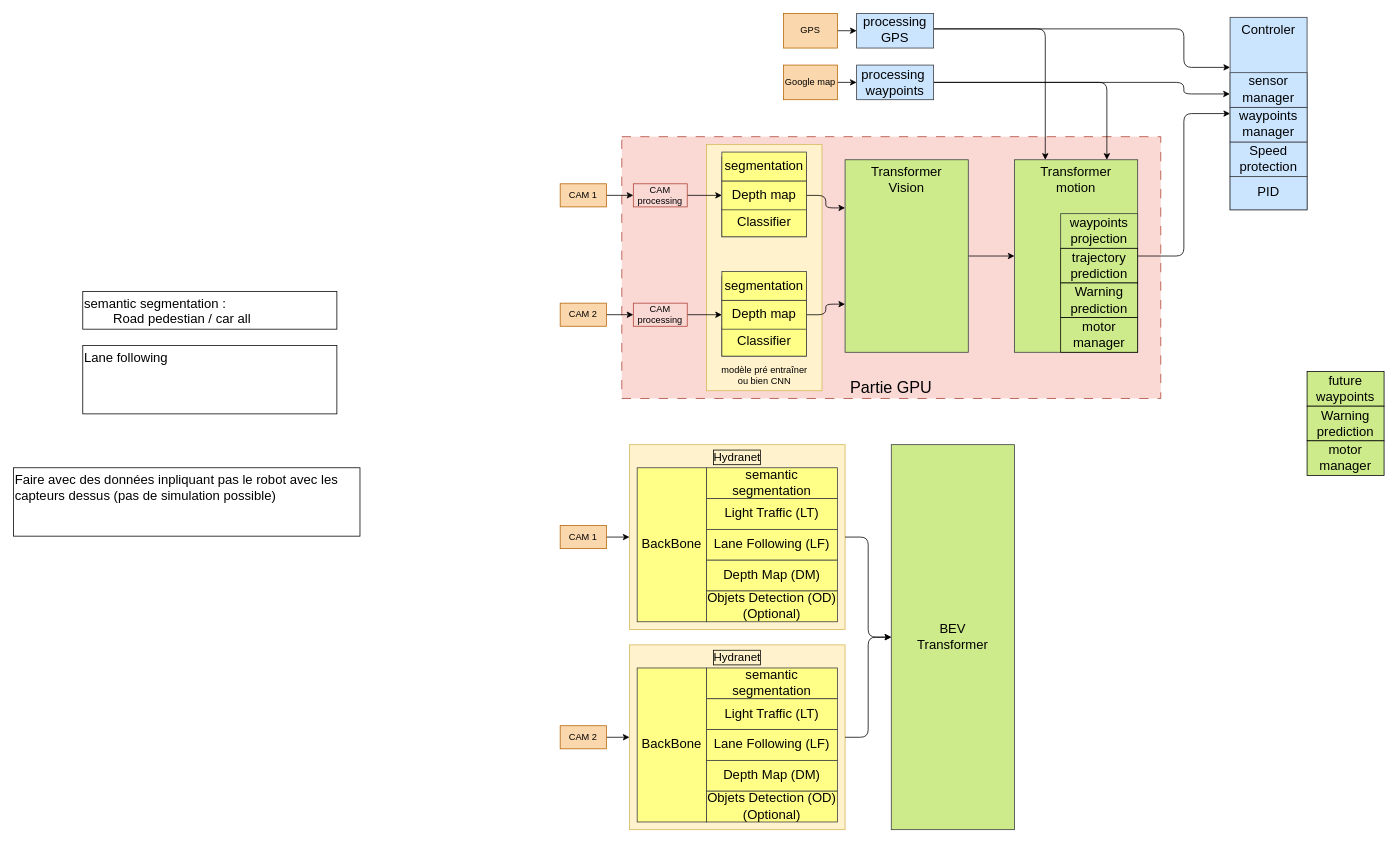
The draw.io diagram page "Test_Model" (3 of 4) of Ai Model Architecture/Algo.drawio in Floriangit12/Autonomous-Robot, before the edit. Source tidied: cells renumbered, new cells numbered last; positions are measured from the earlier drawing's top-left corner, leaving out a move shared by most shapes. Both pictures are drawn from the tidied source at 77%, with x=0, y=0 at pixel (13, 13).
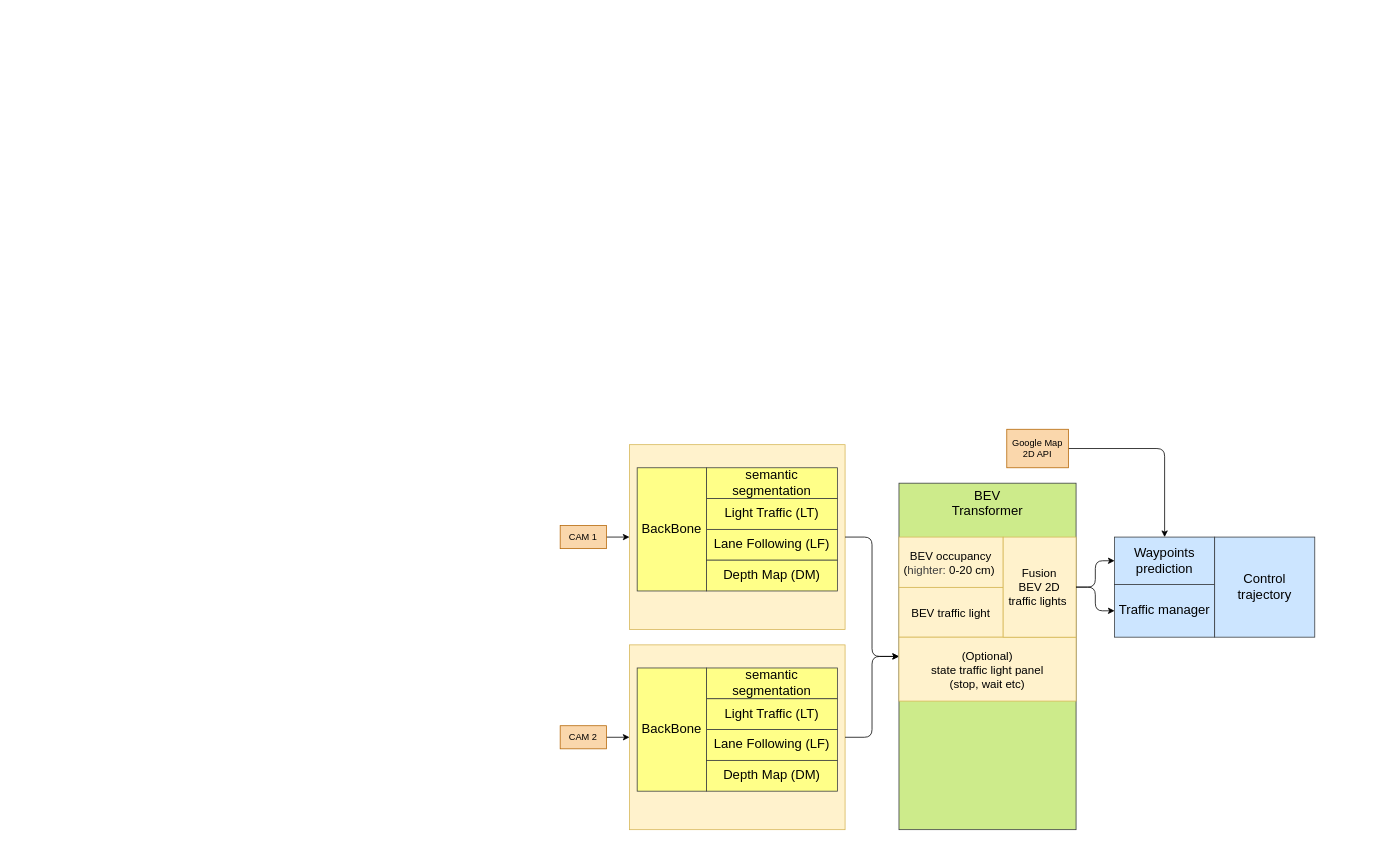
After the change.

The change refers to these unchanged cells:
```xml
<mxCell id="53" style="group;" parent="1" vertex="1">
  <mxGeometry x="800" y="560" width="280" height="240" as="geometry" />
</mxCell>
<mxCell id="65" style="group;" parent="1" vertex="1">
  <mxGeometry x="800" y="820" width="280" height="240" as="geometry" />
</mxCell>
```

Change to the diagram source:
```diff
@@
-    <mxCell id="2" value="&lt;font style=&quot;font-size: 21px;&quot;&gt;Partie GPU&lt;/font&gt;" style="rounded=0;whiteSpace=wrap;html=1;dashed=1;dashPattern=12 12;fontFamily=Helvetica;fontSize=12;fillColor=#fad9d5;strokeColor=#ae4132;verticalAlign=bottom;" parent="1" vertex="1">
-      <mxGeometry x="790" y="160" width="700" height="340" as="geometry" />
-    </mxCell>
-    <mxCell id="3" style="rounded=0;whiteSpace=wrap;html=1;fillColor=#fff2cc;strokeColor=#d6b656;" parent="1" vertex="1">
-      <mxGeometry x="900" y="170" width="150" height="320" as="geometry" />
-    </mxCell>
-    <mxCell id="4" style="rounded=0;whiteSpace=wrap;html=1;strokeColor=#36393d;fontFamily=Helvetica;fontSize=17;fillColor=#ffff88;fillStyle=auto;" parent="1" vertex="1">
-      <mxGeometry x="920" y="341.2" width="110" height="103.8" as="geometry" />
-    </mxCell>
-    <mxCell id="5" style="edgeStyle=none;html=1;entryX=0;entryY=0.5;entryDx=0;entryDy=0;" parent="1" edge="1" source="6" target="12">
-      <mxGeometry relative="1" as="geometry" />
-    </mxCell>
-    <mxCell id="6" value="CAM 1" style="rounded=0;whiteSpace=wrap;html=1;fillColor=#fad7ac;strokeColor=#b46504;" parent="1" vertex="1">
-      <mxGeometry x="710" y="221.2" width="60" height="30" as="geometry" />
-    </mxCell>
-    <mxCell id="7" style="edgeStyle=none;html=1;entryX=0;entryY=0.5;entryDx=0;entryDy=0;" parent="1" edge="1" source="8" target="10">
-      <mxGeometry relative="1" as="geometry" />
-    </mxCell>
-    <mxCell id="8" value="CAM 2" style="rounded=0;whiteSpace=wrap;html=1;fillColor=#fad7ac;strokeColor=#b46504;" parent="1" vertex="1">
-      <mxGeometry x="710" y="376.2" width="60" height="30" as="geometry" />
-    </mxCell>
-    <mxCell id="9" style="edgeStyle=none;html=1;fontFamily=Helvetica;fontSize=12;fontColor=rgb(0, 0, 0);exitX=1;exitY=0.5;exitDx=0;exitDy=0;entryX=0;entryY=0.5;entryDx=0;entryDy=0;" parent="1" edge="1" source="10" target="20">
-      <mxGeometry relative="1" as="geometry" />
-    </mxCell>
-    <mxCell id="10" value="CAM processing" style="rounded=0;whiteSpace=wrap;html=1;fillColor=#fad9d5;strokeColor=#ae4132;" parent="1" vertex="1">
-      <mxGeometry x="805" y="376.2" width="70" height="30" as="geometry" />
-    </mxCell>
-    <mxCell id="11" style="edgeStyle=none;html=1;entryX=0;entryY=0.5;entryDx=0;entryDy=0;fontFamily=Helvetica;fontSize=12;fontColor=rgb(0, 0, 0);exitX=1;exitY=0.5;exitDx=0;exitDy=0;" parent="1" edge="1" source="12" target="25">
-      <mxGeometry relative="1" as="geometry" />
-    </mxCell>
-    <mxCell id="12" value="CAM processing" style="rounded=0;whiteSpace=wrap;html=1;fillColor=#fad9d5;strokeColor=#ae4132;" parent="1" vertex="1">
-      <mxGeometry x="805" y="221.2" width="70" height="30" as="geometry" />
-    </mxCell>
-    <mxCell id="13" style="edgeStyle=orthogonalEdgeStyle;html=1;entryX=0;entryY=0.5;entryDx=0;entryDy=0;" parent="1" edge="1" source="14" target="42">
-      <mxGeometry relative="1" as="geometry" />
-    </mxCell>
-    <mxCell id="14" value="&lt;font style=&quot;font-size: 17px;&quot;&gt;Transformer&lt;br&gt;Vision&lt;br&gt;&lt;/font&gt;" style="rounded=0;whiteSpace=wrap;html=1;fillColor=#cdeb8b;strokeColor=#36393d;verticalAlign=top;" parent="1" vertex="1">
-      <mxGeometry x="1080" y="190" width="160" height="250" as="geometry" />
-    </mxCell>
-    <mxCell id="15" value="&lt;font style=&quot;font-size: 17px;&quot;&gt;Controler&lt;/font&gt;" style="rounded=0;whiteSpace=wrap;html=1;fillColor=#cce5ff;strokeColor=#36393d;verticalAlign=top;" parent="1" vertex="1">
-      <mxGeometry x="1580" y="5" width="100" height="250" as="geometry" />
-    </mxCell>
-    <mxCell id="16" value="&lt;font style=&quot;font-size: 17px;&quot;&gt;PID&lt;/font&gt;" style="rounded=0;whiteSpace=wrap;html=1;fillColor=#cce5ff;strokeColor=#36393d;" parent="1" vertex="1">
-      <mxGeometry x="1580" y="211.9" width="100" height="43.1" as="geometry" />
-    </mxCell>
-    <mxCell id="17" value="&lt;font style=&quot;font-size: 17px;&quot;&gt;Speed protection&lt;/font&gt;" style="rounded=0;whiteSpace=wrap;html=1;fillColor=#cce5ff;strokeColor=#36393d;" parent="1" vertex="1">
-      <mxGeometry x="1580" y="166.9" width="100" height="45" as="geometry" />
-    </mxCell>
-    <mxCell id="18" value="Classifier" style="rounded=0;whiteSpace=wrap;html=1;strokeColor=#36393d;fontFamily=Helvetica;fontSize=17;fillColor=#ffff88;fillStyle=auto;" parent="1" vertex="1">
-      <mxGeometry x="920" y="407.5" width="110" height="37.5" as="geometry" />
-    </mxCell>
-    <mxCell id="19" style="edgeStyle=orthogonalEdgeStyle;html=1;exitX=1;exitY=0.5;exitDx=0;exitDy=0;entryX=0;entryY=0.75;entryDx=0;entryDy=0;" parent="1" edge="1" source="20" target="14">
-      <mxGeometry relative="1" as="geometry" />
-    </mxCell>
-    <mxCell id="20" value="Depth map" style="rounded=0;whiteSpace=wrap;html=1;strokeColor=#36393d;fontFamily=Helvetica;fontSize=17;fillColor=#ffff88;fillStyle=auto;" parent="1" vertex="1">
-      <mxGeometry x="920" y="372.5" width="110" height="37.5" as="geometry" />
-    </mxCell>
-    <mxCell id="21" value="segmentation" style="rounded=0;whiteSpace=wrap;html=1;strokeColor=#36393d;fontFamily=Helvetica;fontSize=17;fillColor=#ffff88;fillStyle=auto;" parent="1" vertex="1">
-      <mxGeometry x="920" y="335" width="110" height="37.5" as="geometry" />
-    </mxCell>
-    <mxCell id="22" style="rounded=0;whiteSpace=wrap;html=1;strokeColor=#36393d;fontFamily=Helvetica;fontSize=17;fillColor=#ffff88;fillStyle=auto;" parent="1" vertex="1">
-      <mxGeometry x="920" y="186.2" width="110" height="103.8" as="geometry" />
-    </mxCell>
-    <mxCell id="23" value="Classifier" style="rounded=0;whiteSpace=wrap;html=1;strokeColor=#36393d;fontFamily=Helvetica;fontSize=17;fillColor=#ffff88;fillStyle=auto;" parent="1" vertex="1">
-      <mxGeometry x="920" y="252.5" width="110" height="37.5" as="geometry" />
-    </mxCell>
-    <mxCell id="24" style="edgeStyle=orthogonalEdgeStyle;html=1;exitX=1;exitY=0.5;exitDx=0;exitDy=0;entryX=0;entryY=0.25;entryDx=0;entryDy=0;" parent="1" edge="1" source="25" target="14">
-      <mxGeometry relative="1" as="geometry" />
-    </mxCell>
-    <mxCell id="25" value="Depth map" style="rounded=0;whiteSpace=wrap;html=1;strokeColor=#36393d;fontFamily=Helvetica;fontSize=17;fillColor=#ffff88;fillStyle=auto;" parent="1" vertex="1">
-      <mxGeometry x="920" y="217.5" width="110" height="37.5" as="geometry" />
-    </mxCell>
-    <mxCell id="26" value="segmentation" style="rounded=0;whiteSpace=wrap;html=1;strokeColor=#36393d;fontFamily=Helvetica;fontSize=17;fillColor=#ffff88;fillStyle=auto;" parent="1" vertex="1">
-      <mxGeometry x="920" y="180" width="110" height="37.5" as="geometry" />
-    </mxCell>
-    <mxCell id="27" style="edgeStyle=orthogonalEdgeStyle;html=1;entryX=0;entryY=0.5;entryDx=0;entryDy=0;" parent="1" edge="1" source="42" target="15">
-      <mxGeometry relative="1" as="geometry" />
-    </mxCell>
-    <mxCell id="28" style="edgeStyle=orthogonalEdgeStyle;html=1;" parent="1" edge="1" source="29" target="32">
-      <mxGeometry relative="1" as="geometry" />
-    </mxCell>
-    <mxCell id="29" value="GPS" style="rounded=0;whiteSpace=wrap;html=1;fillColor=#fad7ac;strokeColor=#b46504;" parent="1" vertex="1">
-      <mxGeometry x="1000" y="-0.1" width="70" height="45" as="geometry" />
-    </mxCell>
-    <mxCell id="30" style="edgeStyle=orthogonalEdgeStyle;html=1;" parent="1" edge="1" source="32">
-      <mxGeometry relative="1" as="geometry">
-        <mxPoint x="1580" y="70" as="targetPoint" />
-        <Array as="points">
-          <mxPoint x="1520" y="20" />
-          <mxPoint x="1520" y="70" />
-        </Array>
-      </mxGeometry>
-    </mxCell>
-    <mxCell id="31" style="edgeStyle=orthogonalEdgeStyle;html=1;entryX=0.25;entryY=0;entryDx=0;entryDy=0;" parent="1" edge="1" source="32" target="42">
-      <mxGeometry relative="1" as="geometry">
-        <Array as="points">
-          <mxPoint x="1340" y="20" />
-        </Array>
-      </mxGeometry>
-    </mxCell>
-    <mxCell id="32" value="&lt;font style=&quot;font-size: 17px;&quot;&gt;processing GPS&lt;/font&gt;" style="rounded=0;whiteSpace=wrap;html=1;fillColor=#cce5ff;strokeColor=#36393d;" parent="1" vertex="1">
-      <mxGeometry x="1095" y="-0.1" width="100" height="45" as="geometry" />
-    </mxCell>
-    <mxCell id="33" style="edgeStyle=orthogonalEdgeStyle;html=1;" parent="1" edge="1" source="34" target="37">
-      <mxGeometry relative="1" as="geometry" />
-    </mxCell>
-    <mxCell id="34" value="Google map" style="rounded=0;whiteSpace=wrap;html=1;fillColor=#fad7ac;strokeColor=#b46504;" parent="1" vertex="1">
-      <mxGeometry x="1000" y="67" width="70" height="45" as="geometry" />
-    </mxCell>
-    <mxCell id="35" style="edgeStyle=orthogonalEdgeStyle;html=1;exitX=1;exitY=0.5;exitDx=0;exitDy=0;entryX=-0.003;entryY=0.398;entryDx=0;entryDy=0;entryPerimeter=0;" parent="1" edge="1" source="37" target="15">
-      <mxGeometry relative="1" as="geometry">
-        <Array as="points">
-          <mxPoint x="1195" y="90" />
-          <mxPoint x="1520" y="90" />
-          <mxPoint x="1520" y="104" />
-        </Array>
-      </mxGeometry>
-    </mxCell>
-    <mxCell id="36" style="edgeStyle=orthogonalEdgeStyle;html=1;exitX=1;exitY=0.5;exitDx=0;exitDy=0;entryX=0.75;entryY=0;entryDx=0;entryDy=0;" parent="1" edge="1" source="37" target="42">
-      <mxGeometry relative="1" as="geometry">
-        <Array as="points">
-          <mxPoint x="1420" y="89" />
-        </Array>
-      </mxGeometry>
-    </mxCell>
-    <mxCell id="37" value="&lt;span style=&quot;font-size: 17px;&quot;&gt;processing&amp;nbsp;&lt;br&gt;waypoints&lt;br&gt;&lt;/span&gt;" style="rounded=0;whiteSpace=wrap;html=1;fillColor=#cce5ff;strokeColor=#36393d;" parent="1" vertex="1">
-      <mxGeometry x="1095" y="67" width="100" height="45" as="geometry" />
-    </mxCell>
-    <mxCell id="38" value="&lt;font style=&quot;font-size: 17px;&quot;&gt;waypoints manager&lt;/font&gt;" style="rounded=0;whiteSpace=wrap;html=1;fillColor=#cce5ff;strokeColor=#36393d;" parent="1" vertex="1">
-      <mxGeometry x="1580" y="121.9" width="100" height="45" as="geometry" />
-    </mxCell>
-    <mxCell id="39" value="&lt;font style=&quot;font-size: 17px;&quot;&gt;sensor manager&lt;/font&gt;" style="rounded=0;whiteSpace=wrap;html=1;fillColor=#cce5ff;strokeColor=#36393d;" parent="1" vertex="1">
-      <mxGeometry x="1580" y="76.9" width="100" height="45" as="geometry" />
-    </mxCell>
-    <mxCell id="40" value="modèle pré entraîner &lt;br&gt;ou bien CNN" style="text;html=1;align=center;verticalAlign=middle;strokeColor=none;fillColor=none;" parent="1" vertex="1">
-      <mxGeometry x="910" y="450" width="130" height="40" as="geometry" />
-    </mxCell>
-    <mxCell id="41" style="group;" parent="1" vertex="1">
-      <mxGeometry x="1300" y="190" width="160" height="250" as="geometry" />
-    </mxCell>
-    <mxCell id="42" value="&lt;font style=&quot;font-size: 17px;&quot;&gt;Transformer&lt;br&gt;motion&lt;br&gt;&lt;/font&gt;" style="rounded=0;whiteSpace=wrap;html=1;fillColor=#CDEB8B;strokeColor=#36393d;verticalAlign=top;" parent="41" vertex="1">
-      <mxGeometry width="160" height="250" as="geometry" />
-    </mxCell>
-    <mxCell id="43" value="&lt;font style=&quot;font-size: 17px;&quot;&gt;waypoints&lt;br&gt;projection&lt;br&gt;&lt;/font&gt;" style="rounded=0;whiteSpace=wrap;html=1;fillColor=#CDEB8B;strokeColor=#36393d;" parent="41" vertex="1">
-      <mxGeometry x="60" y="70" width="100" height="45" as="geometry" />
-    </mxCell>
-    <mxCell id="44" value="&lt;font style=&quot;font-size: 17px;&quot;&gt;trajectory prediction&lt;/font&gt;" style="rounded=0;whiteSpace=wrap;html=1;fillColor=#CDEB8B;strokeColor=#000000;" parent="41" vertex="1">
-      <mxGeometry x="60" y="115" width="100" height="45" as="geometry" />
-    </mxCell>
-    <mxCell id="45" value="&lt;font style=&quot;font-size: 17px;&quot;&gt;Warning prediction&lt;/font&gt;" style="rounded=0;whiteSpace=wrap;html=1;fillColor=#CDEB8B;strokeColor=#000000;" parent="41" vertex="1">
-      <mxGeometry x="60" y="160" width="100" height="45" as="geometry" />
-    </mxCell>
-    <mxCell id="46" value="&lt;span style=&quot;font-size: 17px;&quot;&gt;motor manager&lt;/span&gt;" style="rounded=0;whiteSpace=wrap;html=1;fillColor=#CDEB8B;strokeColor=#000000;" parent="41" vertex="1">
-      <mxGeometry x="60" y="205" width="100" height="45" as="geometry" />
-    </mxCell>
-    <mxCell id="47" value="&lt;font style=&quot;font-size: 17px;&quot;&gt;future waypoints&lt;/font&gt;" style="rounded=0;whiteSpace=wrap;html=1;fillColor=#CDEB8B;strokeColor=#000000;" parent="1" vertex="1">
-      <mxGeometry x="1680" y="465" width="100" height="45" as="geometry" />
-    </mxCell>
-    <mxCell id="48" value="&lt;font style=&quot;font-size: 17px;&quot;&gt;Warning prediction&lt;/font&gt;" style="rounded=0;whiteSpace=wrap;html=1;fillColor=#CDEB8B;strokeColor=#000000;" parent="1" vertex="1">
-      <mxGeometry x="1680" y="510" width="100" height="45" as="geometry" />
-    </mxCell>
-    <mxCell id="49" value="&lt;span style=&quot;font-size: 17px;&quot;&gt;motor manager&lt;/span&gt;" style="rounded=0;whiteSpace=wrap;html=1;fillColor=#CDEB8B;strokeColor=#000000;" parent="1" vertex="1">
-      <mxGeometry x="1680" y="555" width="100" height="45" as="geometry" />
-    </mxCell>
-    <mxCell id="50" value="&lt;span style=&quot;font-size: 17px;&quot;&gt;semantic segmentation :&lt;br&gt;&lt;span style=&quot;white-space: pre;&quot;&gt;&#9;&lt;/span&gt;Road pedestian / car all&amp;nbsp;&lt;br&gt;&lt;br&gt;&amp;nbsp;&lt;br&gt;&lt;/span&gt;" style="rounded=0;whiteSpace=wrap;html=1;align=left;verticalAlign=top;" parent="1" vertex="1">
-      <mxGeometry x="90" y="361.2" width="330" height="48.8" as="geometry" />
-    </mxCell>
-    <mxCell id="51" value="&lt;span style=&quot;font-size: 17px;&quot;&gt;Lane following&amp;nbsp;&amp;nbsp;&lt;/span&gt;&lt;br style=&quot;border-color: var(--border-color); font-size: 17px;&quot;&gt;&lt;span style=&quot;font-size: 17px;&quot;&gt;&amp;nbsp;&lt;/span&gt;" style="rounded=0;whiteSpace=wrap;html=1;align=left;verticalAlign=top;" parent="1" vertex="1">
-      <mxGeometry x="90" y="431.2" width="330" height="88.8" as="geometry" />
-    </mxCell>
-    <mxCell id="52" value="&lt;span style=&quot;font-size: 17px;&quot;&gt;Faire avec des données inpliquant pas le robot avec les capteurs dessus (pas de simulation possible)&lt;/span&gt;" style="rounded=0;whiteSpace=wrap;html=1;align=left;verticalAlign=top;" parent="1" vertex="1">
-      <mxGeometry y="590" width="450" height="88.8" as="geometry" />
-    </mxCell>
@@
-    <mxCell id="54" value="&lt;span style=&quot;font-size: 15px;&quot;&gt;Hydranet&lt;/span&gt;" style="rounded=0;whiteSpace=wrap;html=1;fillColor=#fff2cc;strokeColor=#d6b656;verticalAlign=top;labelPosition=center;verticalLabelPosition=middle;align=center;labelBackgroundColor=none;labelBorderColor=default;" parent="53" vertex="1">
+    <mxCell id="54" style="rounded=0;whiteSpace=wrap;html=1;fillColor=#fff2cc;strokeColor=#d6b656;verticalAlign=top;labelPosition=center;verticalLabelPosition=middle;align=center;labelBackgroundColor=none;labelBorderColor=default;" parent="53" vertex="1">
       <mxGeometry width="280" height="240" as="geometry" />
     </mxCell>
@@
     <mxCell id="58" value="BackBone" style="rounded=0;whiteSpace=wrap;html=1;strokeColor=#36393d;fontFamily=Helvetica;fontSize=17;fillColor=#ffff88;fillStyle=auto;" parent="53" vertex="1">
-      <mxGeometry x="10" y="30" width="90" height="200" as="geometry" />
+      <mxGeometry x="10" y="30" width="90" height="160" as="geometry" />
     </mxCell>
@@
-    <mxCell id="60" value="Objets Detection (OD)&lt;br&gt;(Optional)" style="rounded=0;whiteSpace=wrap;html=1;strokeColor=#36393d;fontFamily=Helvetica;fontSize=17;fillColor=#ffff88;fillStyle=auto;" parent="53" vertex="1">
-      <mxGeometry x="100" y="190" width="170" height="40" as="geometry" />
-    </mxCell>
@@
-    <mxCell id="66" value="&lt;span style=&quot;font-size: 15px;&quot;&gt;Hydranet&lt;/span&gt;" style="rounded=0;whiteSpace=wrap;html=1;fillColor=#fff2cc;strokeColor=#d6b656;verticalAlign=top;labelPosition=center;verticalLabelPosition=middle;align=center;labelBackgroundColor=none;labelBorderColor=default;" parent="65" vertex="1">
+    <mxCell id="66" style="rounded=0;whiteSpace=wrap;html=1;fillColor=#fff2cc;strokeColor=#d6b656;verticalAlign=top;labelPosition=center;verticalLabelPosition=middle;align=center;labelBackgroundColor=none;labelBorderColor=default;" parent="65" vertex="1">
       <mxGeometry width="280" height="240" as="geometry" />
     </mxCell>
@@
     <mxCell id="70" value="BackBone" style="rounded=0;whiteSpace=wrap;html=1;strokeColor=#36393d;fontFamily=Helvetica;fontSize=17;fillColor=#ffff88;fillStyle=auto;" parent="65" vertex="1">
-      <mxGeometry x="10" y="30" width="90" height="200" as="geometry" />
+      <mxGeometry x="10" y="30" width="90" height="160" as="geometry" />
     </mxCell>
@@
-    <mxCell id="72" value="Objets Detection (OD)&lt;br&gt;(Optional)" style="rounded=0;whiteSpace=wrap;html=1;strokeColor=#36393d;fontFamily=Helvetica;fontSize=17;fillColor=#ffff88;fillStyle=auto;" parent="65" vertex="1">
-      <mxGeometry x="100" y="190" width="170" height="40" as="geometry" />
-    </mxCell>
-    <mxCell id="73" value="&lt;font style=&quot;font-size: 17px;&quot;&gt;BEV&lt;/font&gt;&lt;div&gt;&lt;font style=&quot;font-size: 17px;&quot;&gt;Transformer&lt;/font&gt;&lt;/div&gt;" style="rounded=0;whiteSpace=wrap;html=1;fillColor=#cdeb8b;strokeColor=#36393d;verticalAlign=middle;" parent="1" vertex="1">
-      <mxGeometry x="1140" y="560" width="160" height="500" as="geometry" />
-    </mxCell>
@@
+    <mxCell id="76" style="group;" parent="1" vertex="1">
+      <mxGeometry x="1150" y="610" width="270.6" height="450" as="geometry" />
+    </mxCell>
+    <mxCell id="73" value="&lt;font style=&quot;font-size: 17px;&quot;&gt;BEV&lt;/font&gt;&lt;div&gt;&lt;font style=&quot;font-size: 17px;&quot;&gt;Transformer&lt;/font&gt;&lt;/div&gt;" style="rounded=0;whiteSpace=wrap;html=1;fillColor=#cdeb8b;strokeColor=#36393d;verticalAlign=top;align=center;horizontal=1;labelPosition=center;verticalLabelPosition=middle;" parent="76" vertex="1">
+      <mxGeometry width="230" height="450" as="geometry" />
+    </mxCell>
+    <mxCell id="77" value="&lt;span style=&quot;font-size: 15px;&quot;&gt;BEV occupancy&lt;/span&gt;&lt;div&gt;&lt;span style=&quot;font-size: 15px;&quot;&gt;(&lt;/span&gt;&lt;span style=&quot;color: rgb(63, 63, 63); font-size: 15px; background-color: transparent;&quot;&gt;highter:&amp;nbsp;&lt;/span&gt;&lt;span style=&quot;font-size: 15px; background-color: transparent;&quot;&gt;0-20 cm)&amp;nbsp;&lt;/span&gt;&lt;/div&gt;" style="rounded=0;whiteSpace=wrap;html=1;fillColor=#fff2cc;strokeColor=#d6b656;verticalAlign=middle;labelPosition=center;verticalLabelPosition=middle;align=center;labelBackgroundColor=none;labelBorderColor=none;" parent="76" vertex="1">
+      <mxGeometry y="70" width="135.3" height="65.3" as="geometry" />
+    </mxCell>
+    <mxCell id="78" value="&lt;span style=&quot;font-size: 15px;&quot;&gt;BEV traffic light&lt;br&gt;&lt;/span&gt;" style="rounded=0;whiteSpace=wrap;html=1;fillColor=#fff2cc;strokeColor=#d6b656;verticalAlign=middle;labelPosition=center;verticalLabelPosition=middle;align=center;labelBackgroundColor=none;labelBorderColor=none;" parent="76" vertex="1">
+      <mxGeometry y="135.3" width="135.3" height="64.7" as="geometry" />
+    </mxCell>
+    <mxCell id="79" value="&lt;div&gt;&lt;span style=&quot;font-size: 15px;&quot;&gt;(Optional)&lt;/span&gt;&lt;/div&gt;&lt;span style=&quot;font-size: 15px;&quot;&gt;state traffic light panel&lt;br&gt;(stop, wait etc)&lt;/span&gt;" style="rounded=0;whiteSpace=wrap;html=1;fillColor=#fff2cc;strokeColor=#d6b656;verticalAlign=middle;labelPosition=center;verticalLabelPosition=middle;align=center;labelBackgroundColor=none;labelBorderColor=none;" parent="76" vertex="1">
+      <mxGeometry y="200" width="230" height="83" as="geometry" />
+    </mxCell>
+    <mxCell id="80" value="&lt;div&gt;&lt;span style=&quot;font-size: 15px; background-color: transparent;&quot;&gt;Fusion&lt;br&gt;BEV 2D&lt;br&gt;traffic lights&amp;nbsp;&lt;/span&gt;&lt;/div&gt;" style="rounded=0;whiteSpace=wrap;html=1;fillColor=#fff2cc;strokeColor=#d6b656;verticalAlign=middle;labelPosition=center;verticalLabelPosition=middle;align=center;labelBackgroundColor=none;labelBorderColor=none;" parent="76" vertex="1">
+      <mxGeometry x="135.3" y="70" width="94.7" height="130" as="geometry" />
+    </mxCell>
+    <mxCell id="81" value="&lt;span style=&quot;font-size: 17px;&quot;&gt;Waypoints&lt;/span&gt;&lt;div&gt;&lt;span style=&quot;font-size: 17px;&quot;&gt;prediction&lt;/span&gt;&lt;/div&gt;" style="rounded=0;whiteSpace=wrap;html=1;fillColor=#cce5ff;strokeColor=#36393d;verticalAlign=middle;" parent="1" vertex="1">
+      <mxGeometry x="1430" y="680" width="130" height="61.5" as="geometry" />
+    </mxCell>
+    <mxCell id="82" style="edgeStyle=orthogonalEdgeStyle;html=1;entryX=0;entryY=0.5;entryDx=0;entryDy=0;strokeColor=none;" parent="1" edge="1" source="77" target="81">
+      <mxGeometry relative="1" as="geometry" />
+    </mxCell>
+    <mxCell id="83" value="&lt;span style=&quot;font-size: 17px;&quot;&gt;Traffic manager&lt;/span&gt;" style="rounded=0;whiteSpace=wrap;html=1;fillColor=#cce5ff;strokeColor=#36393d;verticalAlign=middle;" parent="1" vertex="1">
+      <mxGeometry x="1430" y="741.5" width="130" height="68.5" as="geometry" />
+    </mxCell>
+    <mxCell id="84" value="&lt;span style=&quot;font-size: 17px;&quot;&gt;Control trajectory&lt;/span&gt;" style="rounded=0;whiteSpace=wrap;html=1;fillColor=#cce5ff;strokeColor=#36393d;verticalAlign=middle;" parent="1" vertex="1">
+      <mxGeometry x="1560" y="680" width="130" height="130" as="geometry" />
+    </mxCell>
+    <mxCell id="85" style="edgeStyle=orthogonalEdgeStyle;html=1;exitX=1;exitY=0.5;exitDx=0;exitDy=0;entryX=0;entryY=0.5;entryDx=0;entryDy=0;" parent="1" edge="1" source="80" target="81">
+      <mxGeometry relative="1" as="geometry" />
+    </mxCell>
+    <mxCell id="86" style="edgeStyle=orthogonalEdgeStyle;html=1;exitX=1;exitY=0.5;exitDx=0;exitDy=0;entryX=0;entryY=0.5;entryDx=0;entryDy=0;" parent="1" edge="1" source="80" target="83">
+      <mxGeometry relative="1" as="geometry" />
+    </mxCell>
+    <mxCell id="87" style="edgeStyle=orthogonalEdgeStyle;html=1;entryX=0.5;entryY=0;entryDx=0;entryDy=0;exitX=1;exitY=0.5;exitDx=0;exitDy=0;" parent="1" edge="1" source="88" target="81">
+      <mxGeometry relative="1" as="geometry" />
+    </mxCell>
+    <mxCell id="88" value="Google Map 2D API" style="rounded=0;whiteSpace=wrap;html=1;fillColor=#fad7ac;strokeColor=#b46504;" parent="1" vertex="1">
+      <mxGeometry x="1290" y="540" width="80" height="50" as="geometry" />
+    </mxCell>
```
